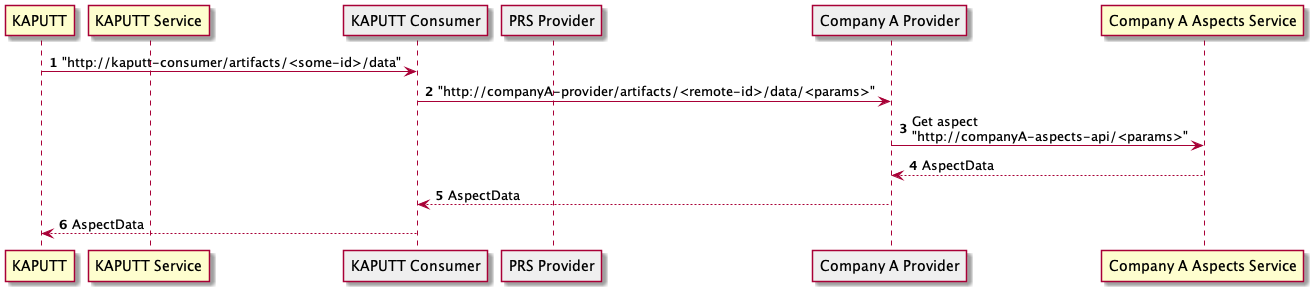
Before: documentation/architecture/diagrams/speedboat-get-aspect.png, a diagram exported from PlantUML (catenax/tractusx).
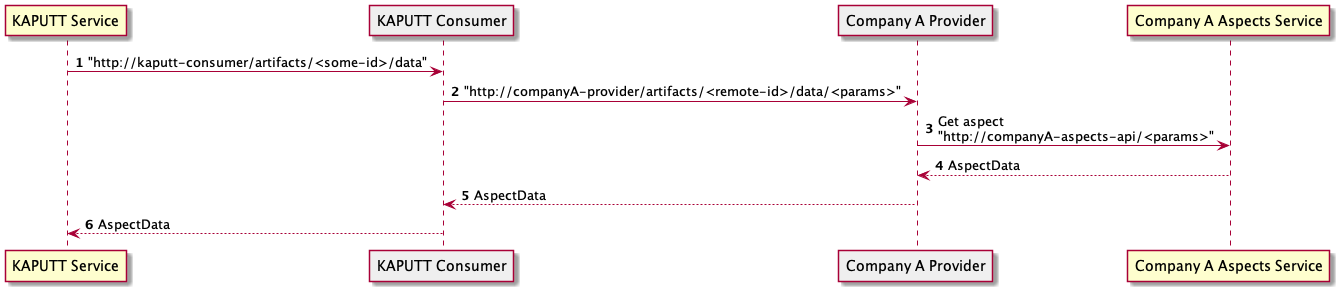
Later version of the same file.

The edit, as a diff of the source:
```diff
@@ -2,17 +2,15 @@
 
 autonumber
 
-participant "KAPUTT" as Kaputt
 participant "KAPUTT Service" as KaputtService
 participant "KAPUTT Consumer" as KaputtConsumer #efefef
-participant "PRS Provider" as PRSProvider  #efefef
 participant "Company A Provider" as CompanyAProvider #efefef
 participant "Company A Aspects Service" as AspectsServiceCompanyA
 
-Kaputt ->  KaputtConsumer: "http://kaputt-consumer/artifacts/<some-id>/data"
+KaputtService ->  KaputtConsumer: "http://kaputt-consumer/artifacts/<some-id>/data"
 KaputtConsumer -> CompanyAProvider: "http://companyA-provider/artifacts/<remote-id>/data/<params>"
 CompanyAProvider -> AspectsServiceCompanyA: Get aspect \n"http://companyA-aspects-api/<params>"
 CompanyAProvider <-- AspectsServiceCompanyA: AspectData
 KaputtConsumer <-- CompanyAProvider: AspectData
-Kaputt <-- KaputtConsumer: AspectData
+KaputtService <-- KaputtConsumer: AspectData
 @enduml
```
